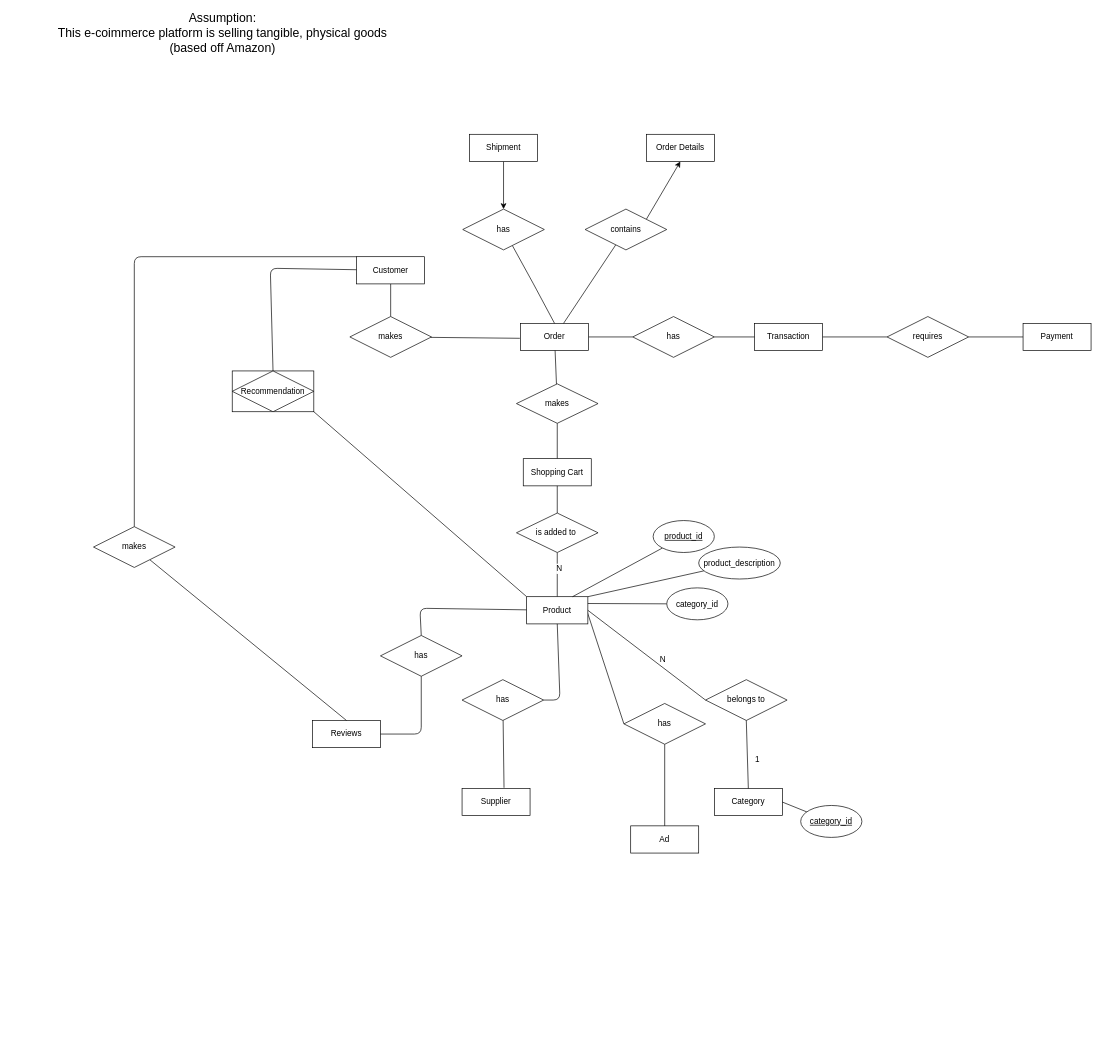
Earlier version of the draw.io diagram E_R_Diagram/Jeanne_ER (WIP).drawio (diego-karsa/Data-Management-Group-15). Source tidied: cells renumbered, new cells numbered last; positions are measured from the earlier drawing's top-left corner, leaving out a move shared by most shapes. Both pictures are drawn from the tidied source at 68%, with x=0, y=0 at pixel (39, 23).
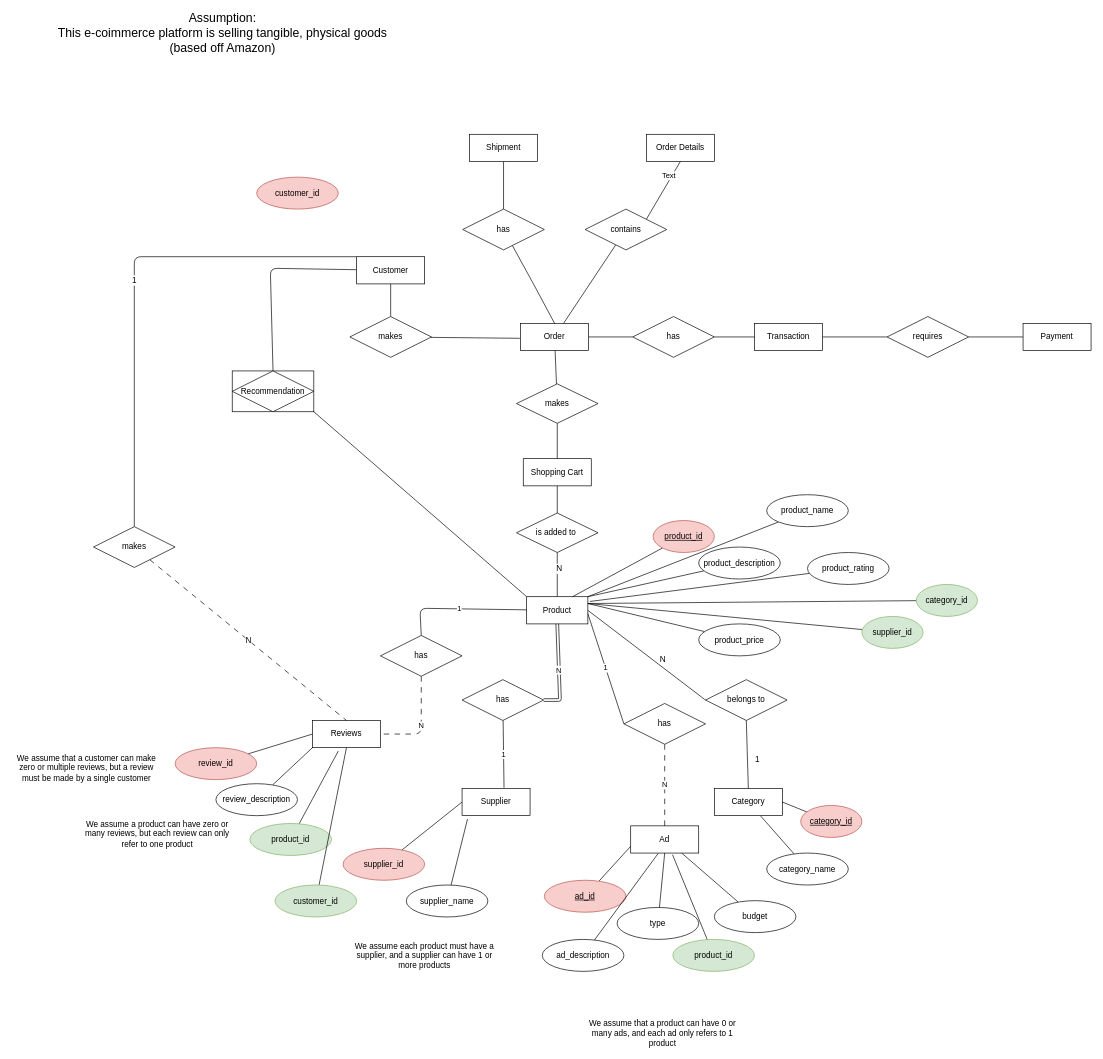
Above is the later version.

The change refers to these unchanged cells:
```xml
<mxCell id="4" value="Customer" style="whiteSpace=wrap;html=1;align=center;" parent="1" vertex="1">
  <mxGeometry x="467" y="343" width="100" height="40" as="geometry" />
</mxCell>
<mxCell id="9" value="Product" style="whiteSpace=wrap;html=1;align=center;" parent="1" vertex="1">
  <mxGeometry x="717" y="843" width="90" height="40" as="geometry" />
</mxCell>
<mxCell id="12" value="Supplier" style="whiteSpace=wrap;html=1;align=center;" parent="1" vertex="1">
  <mxGeometry x="622" y="1125" width="100" height="40" as="geometry" />
</mxCell>
<mxCell id="13" value="Category" style="whiteSpace=wrap;html=1;align=center;" parent="1" vertex="1">
  <mxGeometry x="993" y="1125" width="100" height="40" as="geometry" />
</mxCell>
<mxCell id="14" value="Ad" style="whiteSpace=wrap;html=1;align=center;" parent="1" vertex="1">
  <mxGeometry x="870" y="1180" width="100" height="40" as="geometry" />
</mxCell>
<mxCell id="23" value="Order Details" style="whiteSpace=wrap;html=1;align=center;" parent="1" vertex="1">
  <mxGeometry x="893" y="163" width="100" height="40" as="geometry" />
</mxCell>
<mxCell id="27" value="Shipment" style="whiteSpace=wrap;html=1;align=center;" parent="1" vertex="1">
  <mxGeometry x="633" y="163" width="100" height="40" as="geometry" />
</mxCell>
<mxCell id="28" value="Reviews" style="whiteSpace=wrap;html=1;align=center;" parent="1" vertex="1">
  <mxGeometry x="402" y="1025" width="100" height="40" as="geometry" />
</mxCell>
<mxCell id="33" value="has&lt;br&gt;" style="shape=rhombus;perimeter=rhombusPerimeter;whiteSpace=wrap;html=1;align=center;" parent="1" vertex="1">
  <mxGeometry x="502" y="900" width="120" height="60" as="geometry" />
</mxCell>
<mxCell id="36" value="has&lt;br&gt;" style="shape=rhombus;perimeter=rhombusPerimeter;whiteSpace=wrap;html=1;align=center;" parent="1" vertex="1">
  <mxGeometry x="622" y="965" width="120" height="60" as="geometry" />
</mxCell>
<mxCell id="40" value="has" style="shape=rhombus;perimeter=rhombusPerimeter;whiteSpace=wrap;html=1;align=center;" parent="1" vertex="1">
  <mxGeometry x="860" y="1000" width="120" height="60" as="geometry" />
</mxCell>
<mxCell id="44" value="has" style="shape=rhombus;perimeter=rhombusPerimeter;whiteSpace=wrap;html=1;align=center;" parent="1" vertex="1">
  <mxGeometry x="623" y="273" width="120" height="60" as="geometry" />
</mxCell>
<mxCell id="48" value="contains" style="shape=rhombus;perimeter=rhombusPerimeter;whiteSpace=wrap;html=1;align=center;" parent="1" vertex="1">
  <mxGeometry x="803" y="273" width="120" height="60" as="geometry" />
</mxCell>
<mxCell id="59" value="makes" style="shape=rhombus;perimeter=rhombusPerimeter;whiteSpace=wrap;html=1;align=center;" parent="1" vertex="1">
  <mxGeometry x="80" y="740" width="120" height="60" as="geometry" />
</mxCell>
```

Change to the diagram source:
```diff
@@
-    <mxCell id="5" style="edgeStyle=none;html=1;entryX=0.5;entryY=0;entryDx=0;entryDy=0;endArrow=none;endFill=0;" parent="1" edge="1" source="9" target="33">
+    <mxCell id="5" value="1" style="edgeStyle=none;html=1;entryX=0.5;entryY=0;entryDx=0;entryDy=0;endArrow=none;endFill=0;" parent="1" edge="1" source="9" target="33">
       <mxGeometry relative="1" as="geometry">
         <Array as="points">
           <mxPoint x="560" y="860" />
         </Array>
       </mxGeometry>
     </mxCell>
-    <mxCell id="6" style="edgeStyle=none;html=1;entryX=0;entryY=0.5;entryDx=0;entryDy=0;endArrow=none;endFill=0;" parent="1" edge="1" target="40">
+    <mxCell id="6" value="1" style="edgeStyle=none;html=1;entryX=0;entryY=0.5;entryDx=0;entryDy=0;endArrow=none;endFill=0;" parent="1" edge="1" target="40">
       <mxGeometry relative="1" as="geometry">
         <mxPoint x="806" y="865" as="sourcePoint" />
       </mxGeometry>
     </mxCell>
@@
+    <mxCell id="66" style="edgeStyle=none;html=1;endArrow=none;endFill=0;" parent="1" edge="1" source="13" target="68">
+      <mxGeometry relative="1" as="geometry" />
+    </mxCell>
@@
-    <mxCell id="26" style="edgeStyle=none;html=1;fontSize=18;" parent="1" edge="1" source="27" target="44">
+    <mxCell id="26" style="edgeStyle=none;html=1;fontSize=18;endArrow=none;endFill=0;" parent="1" edge="1" source="27" target="44">
       <mxGeometry relative="1" as="geometry" />
     </mxCell>
@@
-    <mxCell id="32" style="edgeStyle=none;html=1;entryX=1;entryY=0.5;entryDx=0;entryDy=0;endArrow=none;endFill=0;" parent="1" edge="1" source="33" target="28">
+    <mxCell id="32" value="N" style="edgeStyle=none;html=1;entryX=1;entryY=0.5;entryDx=0;entryDy=0;endArrow=none;endFill=0;dashed=1;dashPattern=8 8;" parent="1" edge="1" source="33" target="28">
       <mxGeometry relative="1" as="geometry">
         <Array as="points">
           <mxPoint x="562" y="1045" />
         </Array>
       </mxGeometry>
     </mxCell>
@@
-    <mxCell id="34" style="edgeStyle=none;html=1;entryX=0.617;entryY=-0.026;entryDx=0;entryDy=0;entryPerimeter=0;endArrow=none;endFill=0;" parent="1" edge="1" source="36" target="12">
+    <mxCell id="34" value="1" style="edgeStyle=none;html=1;entryX=0.617;entryY=-0.026;entryDx=0;entryDy=0;entryPerimeter=0;endArrow=none;endFill=0;" parent="1" edge="1" source="36" target="12">
       <mxGeometry relative="1" as="geometry" />
     </mxCell>
-    <mxCell id="35" style="edgeStyle=none;html=1;entryX=0.5;entryY=1;entryDx=0;entryDy=0;endArrow=none;endFill=0;" parent="1" edge="1" source="36" target="9">
+    <mxCell id="35" value="N" style="edgeStyle=none;html=1;entryX=0.5;entryY=1;entryDx=0;entryDy=0;endArrow=none;endFill=0;shape=link;" parent="1" edge="1" source="36" target="9">
       <mxGeometry relative="1" as="geometry">
         <Array as="points">
           <mxPoint x="766" y="995" />
         </Array>
       </mxGeometry>
     </mxCell>
@@
-    <mxCell id="39" style="edgeStyle=none;html=1;entryX=0.5;entryY=0;entryDx=0;entryDy=0;endArrow=none;endFill=0;" parent="1" edge="1" source="40" target="14">
+    <mxCell id="39" value="N" style="edgeStyle=none;html=1;entryX=0.5;entryY=0;entryDx=0;entryDy=0;endArrow=none;endFill=0;dashed=1;dashPattern=8 8;" parent="1" edge="1" source="40" target="14">
       <mxGeometry relative="1" as="geometry" />
     </mxCell>
@@
-    <mxCell id="47" style="edgeStyle=none;html=1;exitX=1;exitY=0;exitDx=0;exitDy=0;entryX=0.5;entryY=1;entryDx=0;entryDy=0;fontSize=18;" parent="1" edge="1" source="48" target="23">
+    <mxCell id="47" style="edgeStyle=none;html=1;exitX=1;exitY=0;exitDx=0;exitDy=0;entryX=0.5;entryY=1;entryDx=0;entryDy=0;fontSize=18;endArrow=none;endFill=0;" parent="1" edge="1" source="48" target="23">
       <mxGeometry relative="1" as="geometry" />
     </mxCell>
+    <mxCell id="67" value="Text" style="edgeLabel;html=1;align=center;verticalAlign=middle;" parent="47" vertex="1">
+      <mxGeometry x="0.47" y="5" relative="1" as="geometry" />
+    </mxCell>
@@
-    <mxCell id="56" value="product_id" style="ellipse;whiteSpace=wrap;html=1;fontSize=12;fontStyle=4;" parent="1" vertex="1">
+    <mxCell id="56" value="product_id" style="ellipse;whiteSpace=wrap;html=1;fontSize=12;fontStyle=4;fillColor=#f8cecc;strokeColor=#b85450;" parent="1" vertex="1">
       <mxGeometry x="903" y="731" width="90" height="47" as="geometry" />
     </mxCell>
-    <mxCell id="57" style="edgeStyle=none;html=1;entryX=0;entryY=0;entryDx=0;entryDy=0;fontSize=18;endArrow=none;endFill=0;" parent="1" edge="1" source="59" target="4">
+    <mxCell id="57" value="1" style="edgeStyle=none;html=1;entryX=0;entryY=0;entryDx=0;entryDy=0;fontSize=12;endArrow=none;endFill=0;" parent="1" edge="1" source="59" target="4">
       <mxGeometry relative="1" as="geometry">
         <Array as="points">
           <mxPoint x="140" y="343" />
         </Array>
       </mxGeometry>
     </mxCell>
-    <mxCell id="58" style="edgeStyle=none;html=1;entryX=0.5;entryY=0;entryDx=0;entryDy=0;fontSize=18;endArrow=none;endFill=0;" parent="1" edge="1" source="59" target="28">
+    <mxCell id="58" value="N" style="edgeStyle=none;html=1;entryX=0.5;entryY=0;entryDx=0;entryDy=0;fontSize=12;endArrow=none;endFill=0;dashed=1;dashPattern=8 8;" parent="1" edge="1" source="59" target="28">
       <mxGeometry relative="1" as="geometry" />
     </mxCell>
@@
-    <mxCell id="61" value="product_description" style="ellipse;whiteSpace=wrap;html=1;fontSize=12;" parent="1" vertex="1">
-      <mxGeometry x="970" y="770" width="120" height="47" as="geometry" />
-    </mxCell>
@@
-    <mxCell id="63" value="category_id" style="ellipse;whiteSpace=wrap;html=1;fontSize=12;" parent="1" vertex="1">
-      <mxGeometry x="923" y="830" width="90" height="47" as="geometry" />
-    </mxCell>
@@
-    <mxCell id="65" value="category_id" style="ellipse;whiteSpace=wrap;html=1;fontSize=12;fontStyle=4;" parent="1" vertex="1">
+    <mxCell id="65" value="category_id" style="ellipse;whiteSpace=wrap;html=1;fontSize=12;fontStyle=4;fillColor=#f8cecc;strokeColor=#b85450;" parent="1" vertex="1">
       <mxGeometry x="1120" y="1150" width="90" height="47" as="geometry" />
     </mxCell>
+    <mxCell id="68" value="category_name" style="ellipse;whiteSpace=wrap;html=1;fontSize=12;" parent="1" vertex="1">
+      <mxGeometry x="1070" y="1220" width="120" height="47" as="geometry" />
+    </mxCell>
+    <mxCell id="69" style="edgeStyle=none;html=1;entryX=1;entryY=0;entryDx=0;entryDy=0;endArrow=none;endFill=0;" parent="1" edge="1" source="70" target="9">
+      <mxGeometry relative="1" as="geometry" />
+    </mxCell>
+    <mxCell id="70" value="product_name" style="ellipse;whiteSpace=wrap;html=1;fontSize=12;" parent="1" vertex="1">
+      <mxGeometry x="1070" y="693" width="120" height="47" as="geometry" />
+    </mxCell>
+    <mxCell id="61" value="product_description" style="ellipse;whiteSpace=wrap;html=1;fontSize=12;" parent="1" vertex="1">
+      <mxGeometry x="970" y="770" width="120" height="47" as="geometry" />
+    </mxCell>
+    <mxCell id="71" style="edgeStyle=none;html=1;entryX=1;entryY=0.25;entryDx=0;entryDy=0;endArrow=none;endFill=0;" parent="1" edge="1" source="72" target="9">
+      <mxGeometry relative="1" as="geometry" />
+    </mxCell>
+    <mxCell id="72" value="product_price" style="ellipse;whiteSpace=wrap;html=1;fontSize=12;" parent="1" vertex="1">
+      <mxGeometry x="970" y="883" width="120" height="47" as="geometry" />
+    </mxCell>
+    <mxCell id="73" style="edgeStyle=none;html=1;endArrow=none;endFill=0;" parent="1" edge="1" source="74">
+      <mxGeometry relative="1" as="geometry">
+        <mxPoint x="810" y="850" as="targetPoint" />
+      </mxGeometry>
+    </mxCell>
+    <mxCell id="74" value="product_rating" style="ellipse;whiteSpace=wrap;html=1;fontSize=12;" parent="1" vertex="1">
+      <mxGeometry x="1130" y="778" width="120" height="47" as="geometry" />
+    </mxCell>
+    <mxCell id="63" value="category_id" style="ellipse;whiteSpace=wrap;html=1;fontSize=12;fillColor=#d5e8d4;strokeColor=#82b366;" parent="1" vertex="1">
+      <mxGeometry x="1290" y="825" width="90" height="47" as="geometry" />
+    </mxCell>
+    <mxCell id="75" style="edgeStyle=none;html=1;entryX=0;entryY=0.75;entryDx=0;entryDy=0;endArrow=none;endFill=0;" parent="1" edge="1" source="76" target="14">
+      <mxGeometry relative="1" as="geometry" />
+    </mxCell>
+    <mxCell id="76" value="ad_id" style="ellipse;whiteSpace=wrap;html=1;fontSize=12;fontStyle=4;fillColor=#f8cecc;strokeColor=#b85450;" parent="1" vertex="1">
+      <mxGeometry x="743" y="1260" width="120" height="47" as="geometry" />
+    </mxCell>
+    <mxCell id="77" style="edgeStyle=none;html=1;entryX=0.75;entryY=1;entryDx=0;entryDy=0;endArrow=none;endFill=0;" parent="1" edge="1" source="78" target="14">
+      <mxGeometry relative="1" as="geometry" />
+    </mxCell>
+    <mxCell id="78" value="budget" style="ellipse;whiteSpace=wrap;html=1;fontSize=12;" parent="1" vertex="1">
+      <mxGeometry x="993" y="1290" width="120" height="47" as="geometry" />
+    </mxCell>
+    <mxCell id="79" style="edgeStyle=none;html=1;entryX=0.5;entryY=1;entryDx=0;entryDy=0;endArrow=none;endFill=0;" parent="1" edge="1" source="80" target="14">
+      <mxGeometry relative="1" as="geometry" />
+    </mxCell>
+    <mxCell id="80" value="type" style="ellipse;whiteSpace=wrap;html=1;fontSize=12;" parent="1" vertex="1">
+      <mxGeometry x="850" y="1300" width="120" height="47" as="geometry" />
+    </mxCell>
+    <mxCell id="81" style="edgeStyle=none;html=1;entryX=0.404;entryY=1.014;entryDx=0;entryDy=0;entryPerimeter=0;endArrow=none;endFill=0;" parent="1" edge="1" source="82" target="14">
+      <mxGeometry relative="1" as="geometry" />
+    </mxCell>
+    <mxCell id="82" value="ad_description" style="ellipse;whiteSpace=wrap;html=1;fontSize=12;" parent="1" vertex="1">
+      <mxGeometry x="740" y="1347" width="120" height="47" as="geometry" />
+    </mxCell>
+    <mxCell id="83" value="We assume that a product can have 0 or many ads, and each ad only refers to 1 product" style="text;html=1;strokeColor=none;fillColor=none;align=center;verticalAlign=middle;whiteSpace=wrap;rounded=0;" parent="1" vertex="1">
+      <mxGeometry x="807" y="1470" width="220" height="30" as="geometry" />
+    </mxCell>
+    <mxCell id="84" style="edgeStyle=none;html=1;entryX=0.615;entryY=1.06;entryDx=0;entryDy=0;entryPerimeter=0;endArrow=none;endFill=0;" parent="1" edge="1" source="85" target="14">
+      <mxGeometry relative="1" as="geometry" />
+    </mxCell>
+    <mxCell id="85" value="product_id" style="ellipse;whiteSpace=wrap;html=1;fontSize=12;fillColor=#d5e8d4;strokeColor=#82b366;" parent="1" vertex="1">
+      <mxGeometry x="932" y="1347" width="120" height="47" as="geometry" />
+    </mxCell>
+    <mxCell id="86" style="edgeStyle=none;html=1;entryX=0;entryY=0.5;entryDx=0;entryDy=0;endArrow=none;endFill=0;" parent="1" edge="1" source="87" target="12">
+      <mxGeometry relative="1" as="geometry" />
+    </mxCell>
+    <mxCell id="87" value="supplier_id" style="ellipse;whiteSpace=wrap;html=1;fontSize=12;fillColor=#f8cecc;strokeColor=#b85450;" parent="1" vertex="1">
+      <mxGeometry x="447" y="1213" width="120" height="47" as="geometry" />
+    </mxCell>
+    <mxCell id="88" style="edgeStyle=none;html=1;endArrow=none;endFill=0;" parent="1" edge="1" source="89">
+      <mxGeometry relative="1" as="geometry">
+        <mxPoint x="630" y="1170" as="targetPoint" />
+      </mxGeometry>
+    </mxCell>
+    <mxCell id="89" value="supplier_name" style="ellipse;whiteSpace=wrap;html=1;fontSize=12;" parent="1" vertex="1">
+      <mxGeometry x="540" y="1267" width="120" height="47" as="geometry" />
+    </mxCell>
+    <mxCell id="90" style="edgeStyle=none;html=1;entryX=1;entryY=0.25;entryDx=0;entryDy=0;endArrow=none;endFill=0;" parent="1" edge="1" source="91" target="9">
+      <mxGeometry relative="1" as="geometry" />
+    </mxCell>
+    <mxCell id="91" value="supplier_id" style="ellipse;whiteSpace=wrap;html=1;fontSize=12;fillColor=#d5e8d4;strokeColor=#82b366;" parent="1" vertex="1">
+      <mxGeometry x="1210" y="872" width="90" height="47" as="geometry" />
+    </mxCell>
+    <mxCell id="92" style="edgeStyle=none;html=1;entryX=0;entryY=1;entryDx=0;entryDy=0;endArrow=none;endFill=0;" parent="1" edge="1" source="93" target="28">
+      <mxGeometry relative="1" as="geometry" />
+    </mxCell>
+    <mxCell id="93" value="review_description" style="ellipse;whiteSpace=wrap;html=1;fontSize=12;" parent="1" vertex="1">
+      <mxGeometry x="260" y="1118" width="120" height="47" as="geometry" />
+    </mxCell>
+    <mxCell id="94" style="edgeStyle=none;html=1;entryX=0;entryY=0.5;entryDx=0;entryDy=0;endArrow=none;endFill=0;" parent="1" edge="1" source="95" target="28">
+      <mxGeometry relative="1" as="geometry" />
+    </mxCell>
+    <mxCell id="95" value="review_id" style="ellipse;whiteSpace=wrap;html=1;fontSize=12;fillColor=#f8cecc;strokeColor=#b85450;" parent="1" vertex="1">
+      <mxGeometry x="200" y="1065" width="120" height="47" as="geometry" />
+    </mxCell>
+    <mxCell id="96" style="edgeStyle=none;html=1;entryX=0.38;entryY=1.125;entryDx=0;entryDy=0;entryPerimeter=0;endArrow=none;endFill=0;" parent="1" edge="1" source="97" target="28">
+      <mxGeometry relative="1" as="geometry" />
+    </mxCell>
+    <mxCell id="97" value="product_id" style="ellipse;whiteSpace=wrap;html=1;fontSize=12;fillColor=#d5e8d4;strokeColor=#82b366;" parent="1" vertex="1">
+      <mxGeometry x="310" y="1176.5" width="120" height="47" as="geometry" />
+    </mxCell>
+    <mxCell id="98" value="We assume each product must have a supplier, and a supplier can have 1 or more products" style="text;html=1;strokeColor=none;fillColor=none;align=center;verticalAlign=middle;whiteSpace=wrap;rounded=0;" parent="1" vertex="1">
+      <mxGeometry x="457" y="1355.5" width="220" height="30" as="geometry" />
+    </mxCell>
+    <mxCell id="99" value="We assume a product can have zero or many reviews, but each review can only refer to one product" style="text;html=1;strokeColor=none;fillColor=none;align=center;verticalAlign=middle;whiteSpace=wrap;rounded=0;" parent="1" vertex="1">
+      <mxGeometry x="64" y="1176.5" width="220" height="30" as="geometry" />
+    </mxCell>
+    <mxCell id="100" value="We assume that a customer can make zero or multiple reviews, but a review must be made by a single customer" style="text;html=1;strokeColor=none;fillColor=none;align=center;verticalAlign=middle;whiteSpace=wrap;rounded=0;" parent="1" vertex="1">
+      <mxGeometry x="-40" y="1080" width="220" height="30" as="geometry" />
+    </mxCell>
+    <mxCell id="101" style="edgeStyle=none;html=1;entryX=0.5;entryY=1;entryDx=0;entryDy=0;fontSize=12;endArrow=none;endFill=0;" parent="1" edge="1" source="102" target="28">
+      <mxGeometry relative="1" as="geometry" />
+    </mxCell>
+    <mxCell id="102" value="customer_id" style="ellipse;whiteSpace=wrap;html=1;fontSize=12;fillColor=#d5e8d4;strokeColor=#82b366;" parent="1" vertex="1">
+      <mxGeometry x="347" y="1267" width="120" height="47" as="geometry" />
+    </mxCell>
+    <mxCell id="103" value="customer_id" style="ellipse;whiteSpace=wrap;html=1;fontSize=12;fillColor=#f8cecc;strokeColor=#b85450;" parent="1" vertex="1">
+      <mxGeometry x="320" y="226" width="120" height="47" as="geometry" />
+    </mxCell>
```
